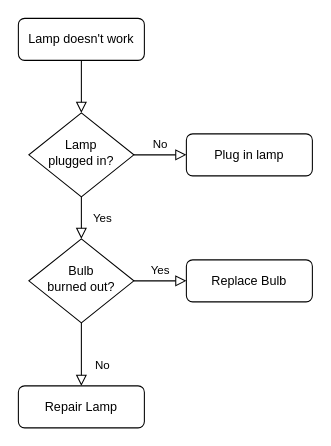
Above: Untitled Diagram.drawio in itsthejdp/one-stop-shop (draw.io), before the change. Source tidied: cells renumbered, new cells numbered last; positions are measured from the earlier drawing's top-left corner, leaving out a move shared by most shapes. Both pictures are drawn from the tidied source at 105%, with x=0, y=0 at pixel (18, 18).
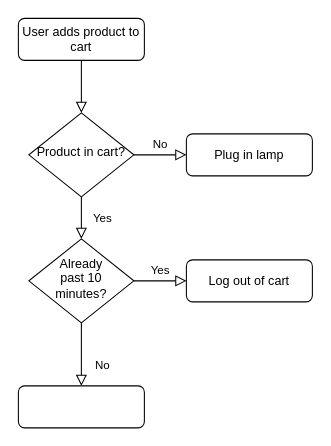
The same page after the edit.

Commit message:
Store countdown timer.drawio

What changed in the source:
```diff
@@
 <mxGraphModel>
   <root>
     <mxCell id="0" />
     <mxCell id="1" parent="0" />
     <mxCell id="2" style="rounded=0;html=1;jettySize=auto;fontSize=11;endArrow=block;endFill=0;endSize=8;strokeWidth=1;shadow=0;labelBackgroundColor=none;edgeStyle=orthogonalEdgeStyle;" parent="1" edge="1" source="3" target="6">
       <mxGeometry relative="1" as="geometry" />
     </mxCell>
-    <mxCell id="3" value="Lamp doesn't work" style="rounded=1;whiteSpace=wrap;html=1;fontSize=12;glass=0;strokeWidth=1;shadow=0;" parent="1" vertex="1">
+    <mxCell id="3" value="User adds product to cart" style="rounded=1;whiteSpace=wrap;html=1;fontSize=12;glass=0;strokeWidth=1;shadow=0;" parent="1" vertex="1">
       <mxGeometry width="120" height="40" as="geometry" />
     </mxCell>
     <mxCell id="4" value="Yes" style="rounded=0;html=1;jettySize=auto;fontSize=11;endArrow=block;endFill=0;endSize=8;strokeWidth=1;shadow=0;labelBackgroundColor=none;edgeStyle=orthogonalEdgeStyle;" parent="1" edge="1" source="6" target="10">
       <mxGeometry y="20" relative="1" as="geometry" />
     </mxCell>
     <mxCell id="5" value="No" style="edgeStyle=orthogonalEdgeStyle;rounded=0;html=1;jettySize=auto;fontSize=11;endArrow=block;endFill=0;endSize=8;strokeWidth=1;shadow=0;labelBackgroundColor=none;" parent="1" edge="1" source="6" target="7">
       <mxGeometry y="10" relative="1" as="geometry" />
     </mxCell>
-    <mxCell id="6" value="Lamp&lt;br&gt;plugged in?" style="rhombus;whiteSpace=wrap;html=1;shadow=0;fontFamily=Helvetica;fontSize=12;align=center;strokeWidth=1;spacing=6;spacingTop=-4;" parent="1" vertex="1">
+    <mxCell id="6" value="Product in cart?" style="rhombus;whiteSpace=wrap;html=1;shadow=0;fontFamily=Helvetica;fontSize=12;align=center;strokeWidth=1;spacing=6;spacingTop=-4;" parent="1" vertex="1">
       <mxGeometry x="10" y="90" width="100" height="80" as="geometry" />
     </mxCell>
     <mxCell id="7" value="Plug in lamp" style="rounded=1;whiteSpace=wrap;html=1;fontSize=12;glass=0;strokeWidth=1;shadow=0;" parent="1" vertex="1">
       <mxGeometry x="160" y="110" width="120" height="40" as="geometry" />
     </mxCell>
     <mxCell id="8" value="No" style="rounded=0;html=1;jettySize=auto;fontSize=11;endArrow=block;endFill=0;endSize=8;strokeWidth=1;shadow=0;labelBackgroundColor=none;edgeStyle=orthogonalEdgeStyle;" parent="1" edge="1" source="10" target="11">
       <mxGeometry x="0.33" y="20" relative="1" as="geometry" />
     </mxCell>
     <mxCell id="9" value="Yes" style="edgeStyle=orthogonalEdgeStyle;rounded=0;html=1;jettySize=auto;fontSize=11;endArrow=block;endFill=0;endSize=8;strokeWidth=1;shadow=0;labelBackgroundColor=none;" parent="1" edge="1" source="10" target="12">
       <mxGeometry y="10" relative="1" as="geometry" />
     </mxCell>
-    <mxCell id="10" value="Bulb&lt;br&gt;burned out?" style="rhombus;whiteSpace=wrap;html=1;shadow=0;fontFamily=Helvetica;fontSize=12;align=center;strokeWidth=1;spacing=6;spacingTop=-4;" parent="1" vertex="1">
+    <mxCell id="10" value="Already&lt;br&gt;past 10 minutes?" style="rhombus;whiteSpace=wrap;html=1;shadow=0;fontFamily=Helvetica;fontSize=12;align=center;strokeWidth=1;spacing=6;spacingTop=-4;" parent="1" vertex="1">
       <mxGeometry x="10" y="210" width="100" height="80" as="geometry" />
     </mxCell>
-    <mxCell id="11" value="Repair Lamp" style="rounded=1;whiteSpace=wrap;html=1;fontSize=12;glass=0;strokeWidth=1;shadow=0;" parent="1" vertex="1">
+    <mxCell id="11" style="rounded=1;whiteSpace=wrap;html=1;fontSize=12;glass=0;strokeWidth=1;shadow=0;" parent="1" vertex="1">
       <mxGeometry y="350" width="120" height="40" as="geometry" />
     </mxCell>
-    <mxCell id="12" value="Replace Bulb" style="rounded=1;whiteSpace=wrap;html=1;fontSize=12;glass=0;strokeWidth=1;shadow=0;" parent="1" vertex="1">
+    <mxCell id="12" value="Log out of cart" style="rounded=1;whiteSpace=wrap;html=1;fontSize=12;glass=0;strokeWidth=1;shadow=0;" parent="1" vertex="1">
       <mxGeometry x="160" y="230" width="120" height="40" as="geometry" />
     </mxCell>
   </root>
 </mxGraphModel>
```
